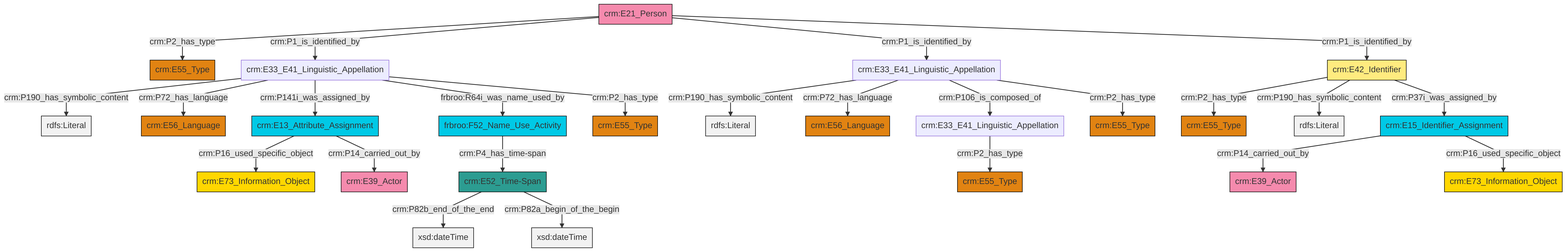
Above: et/personCSV/ttl/mmd/png/Person_Names_and_Classification.png in swiss-art-research-net/docs.swissartresearch (Mermaid), before the change. Its source is kept beside it as et/personCSV/ttl/mmd/Person_Names_and_Classification.ttl.mmd.
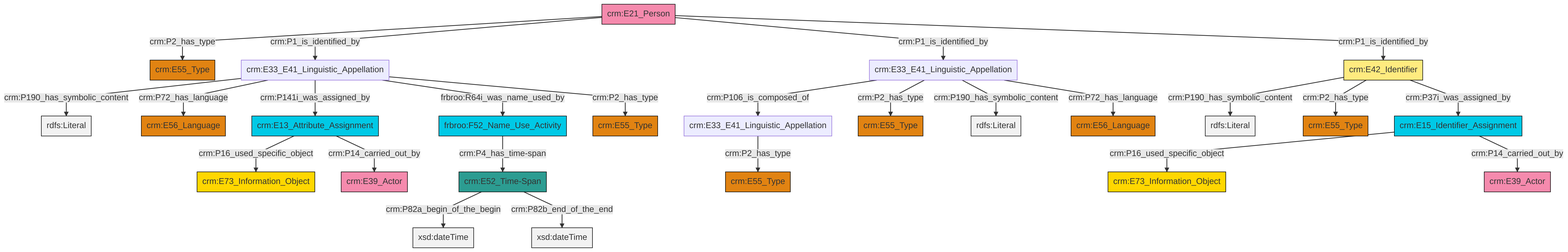
The same file after the commit.

Change to the diagram source:
```diff
@@ -13,27 +13,27 @@
 classDef PC_Classes fill:#4ce600, stroke:#000000;
 classDef Multi fill:#cccccc,stroke:#000000;
 
-2["crm:E15_Identifier_Assignment"]:::Temporal_Entity -->|crm:P14_carried_out_by| 3["crm:E39_Actor"]:::Actor
-10["crm:E21_Person"]:::Actor -->|crm:P2_has_type| 11["crm:E55_Type"]:::Type
-14["crm:E33_E41_Linguistic_Appellation"]:::Default -->|crm:P190_has_symbolic_content| 15[rdfs:Literal]:::Literal
-2["crm:E15_Identifier_Assignment"]:::Temporal_Entity -->|crm:P16_used_specific_object| 6["crm:E73_Information_Object"]:::Conceptual_Object
-16["crm:E33_E41_Linguistic_Appellation"]:::Default -->|crm:P2_has_type| 18["crm:E55_Type"]:::Type
-14["crm:E33_E41_Linguistic_Appellation"]:::Default -->|crm:P72_has_language| 12["crm:E56_Language"]:::Type
-19["crm:E42_Identifier"]:::Appellation -->|crm:P2_has_type| 20["crm:E55_Type"]:::Type
-14["crm:E33_E41_Linguistic_Appellation"]:::Default -->|crm:P106_is_composed_of| 16["crm:E33_E41_Linguistic_Appellation"]:::Default
-14["crm:E33_E41_Linguistic_Appellation"]:::Default -->|crm:P2_has_type| 21["crm:E55_Type"]:::Type
-4["crm:E33_E41_Linguistic_Appellation"]:::Default -->|crm:P190_has_symbolic_content| 29[rdfs:Literal]:::Literal
-8["crm:E52_Time-Span"]:::Time-Span -->|crm:P82b_end_of_the_end| 30[xsd:dateTime]:::Literal
-31["frbroo:F52_Name_Use_Activity"]:::Temporal_Entity -->|crm:P4_has_time-span| 8["crm:E52_Time-Span"]:::Time-Span
-4["crm:E33_E41_Linguistic_Appellation"]:::Default -->|crm:P72_has_language| 25["crm:E56_Language"]:::Type
-23["crm:E13_Attribute_Assignment"]:::Temporal_Entity -->|crm:P16_used_specific_object| 0["crm:E73_Information_Object"]:::Conceptual_Object
-4["crm:E33_E41_Linguistic_Appellation"]:::Default -->|crm:P141i_was_assigned_by| 23["crm:E13_Attribute_Assignment"]:::Temporal_Entity
-10["crm:E21_Person"]:::Actor -->|crm:P1_is_identified_by| 4["crm:E33_E41_Linguistic_Appellation"]:::Default
-19["crm:E42_Identifier"]:::Appellation -->|crm:P190_has_symbolic_content| 39[rdfs:Literal]:::Literal
-4["crm:E33_E41_Linguistic_Appellation"]:::Default -->|frbroo:R64i_was_name_used_by| 31["frbroo:F52_Name_Use_Activity"]:::Temporal_Entity
-8["crm:E52_Time-Span"]:::Time-Span -->|crm:P82a_begin_of_the_begin| 40[xsd:dateTime]:::Literal
-10["crm:E21_Person"]:::Actor -->|crm:P1_is_identified_by| 14["crm:E33_E41_Linguistic_Appellation"]:::Default
-23["crm:E13_Attribute_Assignment"]:::Temporal_Entity -->|crm:P14_carried_out_by| 34["crm:E39_Actor"]:::Actor
-10["crm:E21_Person"]:::Actor -->|crm:P1_is_identified_by| 19["crm:E42_Identifier"]:::Appellation
-4["crm:E33_E41_Linguistic_Appellation"]:::Default -->|crm:P2_has_type| 42["crm:E55_Type"]:::Type
-19["crm:E42_Identifier"]:::Appellation -->|crm:P37i_was_assigned_by| 2["crm:E15_Identifier_Assignment"]:::Temporal_Entity
+2["crm:E33_E41_Linguistic_Appellation"]:::Default -->|crm:P106_is_composed_of| 0["crm:E33_E41_Linguistic_Appellation"]:::Default
+2["crm:E33_E41_Linguistic_Appellation"]:::Default -->|crm:P2_has_type| 3["crm:E55_Type"]:::Type
+4["crm:E13_Attribute_Assignment"]:::Temporal_Entity -->|crm:P16_used_specific_object| 5["crm:E73_Information_Object"]:::Conceptual_Object
+8["crm:E21_Person"]:::Actor -->|crm:P2_has_type| 9["crm:E55_Type"]:::Type
+10["crm:E42_Identifier"]:::Appellation -->|crm:P190_has_symbolic_content| 11[rdfs:Literal]:::Literal
+12["crm:E52_Time-Span"]:::Time-Span -->|crm:P82a_begin_of_the_begin| 13[xsd:dateTime]:::Literal
+6["crm:E33_E41_Linguistic_Appellation"]:::Default -->|crm:P190_has_symbolic_content| 27[rdfs:Literal]:::Literal
+8["crm:E21_Person"]:::Actor -->|crm:P1_is_identified_by| 6["crm:E33_E41_Linguistic_Appellation"]:::Default
+6["crm:E33_E41_Linguistic_Appellation"]:::Default -->|crm:P72_has_language| 33["crm:E56_Language"]:::Type
+29["crm:E15_Identifier_Assignment"]:::Temporal_Entity -->|crm:P16_used_specific_object| 34["crm:E73_Information_Object"]:::Conceptual_Object
+6["crm:E33_E41_Linguistic_Appellation"]:::Default -->|crm:P141i_was_assigned_by| 4["crm:E13_Attribute_Assignment"]:::Temporal_Entity
+2["crm:E33_E41_Linguistic_Appellation"]:::Default -->|crm:P190_has_symbolic_content| 37[rdfs:Literal]:::Literal
+10["crm:E42_Identifier"]:::Appellation -->|crm:P2_has_type| 17["crm:E55_Type"]:::Type
+2["crm:E33_E41_Linguistic_Appellation"]:::Default -->|crm:P72_has_language| 23["crm:E56_Language"]:::Type
+4["crm:E13_Attribute_Assignment"]:::Temporal_Entity -->|crm:P14_carried_out_by| 14["crm:E39_Actor"]:::Actor
+8["crm:E21_Person"]:::Actor -->|crm:P1_is_identified_by| 2["crm:E33_E41_Linguistic_Appellation"]:::Default
+12["crm:E52_Time-Span"]:::Time-Span -->|crm:P82b_end_of_the_end| 45[xsd:dateTime]:::Literal
+6["crm:E33_E41_Linguistic_Appellation"]:::Default -->|frbroo:R64i_was_name_used_by| 38["frbroo:F52_Name_Use_Activity"]:::Temporal_Entity
+0["crm:E33_E41_Linguistic_Appellation"]:::Default -->|crm:P2_has_type| 31["crm:E55_Type"]:::Type
+8["crm:E21_Person"]:::Actor -->|crm:P1_is_identified_by| 10["crm:E42_Identifier"]:::Appellation
+38["frbroo:F52_Name_Use_Activity"]:::Temporal_Entity -->|crm:P4_has_time-span| 12["crm:E52_Time-Span"]:::Time-Span
+6["crm:E33_E41_Linguistic_Appellation"]:::Default -->|crm:P2_has_type| 25["crm:E55_Type"]:::Type
+29["crm:E15_Identifier_Assignment"]:::Temporal_Entity -->|crm:P14_carried_out_by| 21["crm:E39_Actor"]:::Actor
+10["crm:E42_Identifier"]:::Appellation -->|crm:P37i_was_assigned_by| 29["crm:E15_Identifier_Assignment"]:::Temporal_Entity
```
